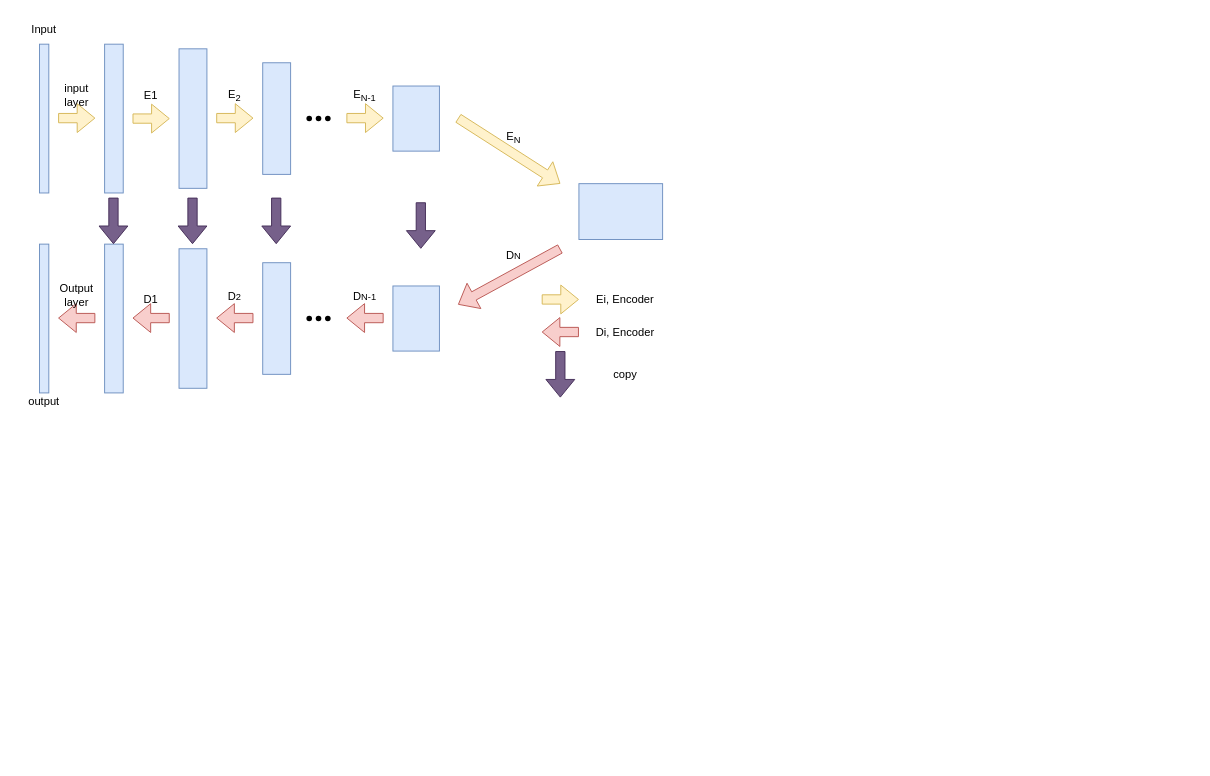
Earlier version of the draw.io diagram unet_simple.drawio (ppposition/Machine_Learn_discussion). Source tidied: cells renumbered, new cells numbered last; positions are measured from the earlier drawing's top-left corner, leaving out a move shared by most shapes. Both pictures are drawn from the tidied source at 93%, with x=0, y=0 at pixel (16, 16).
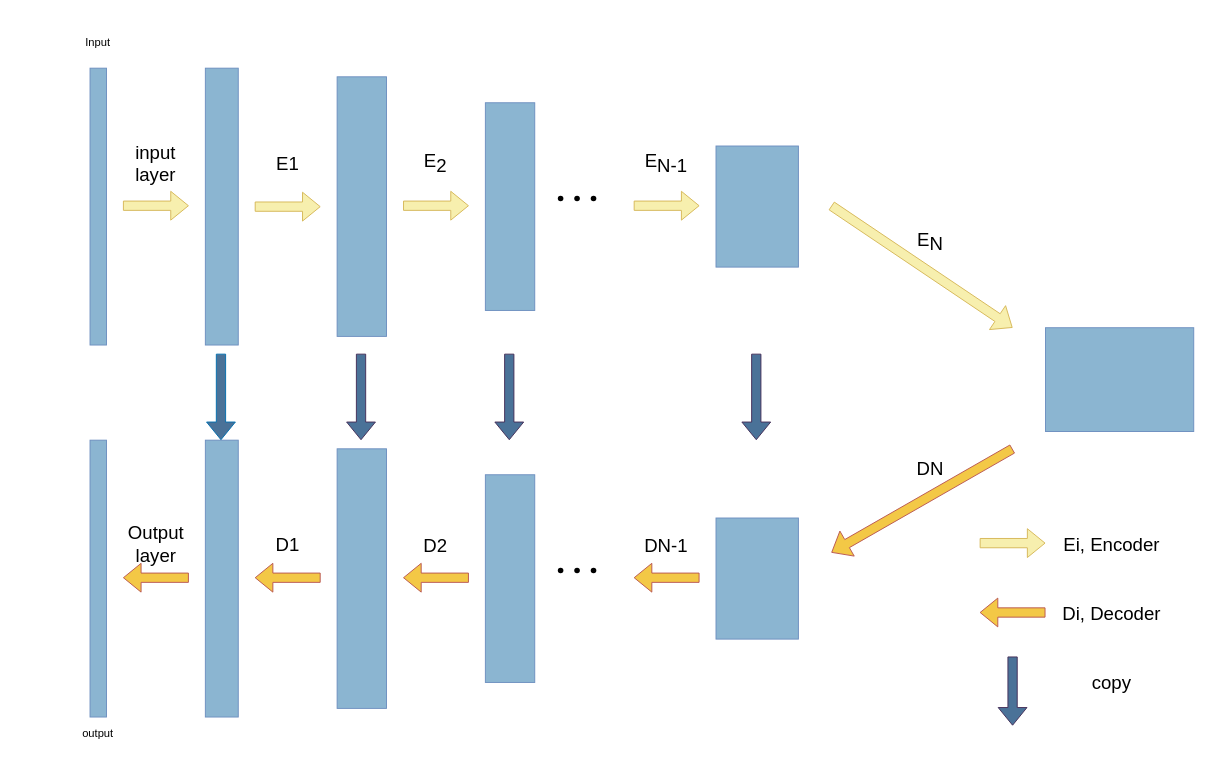
The same page after the edit.

The edit, as a diff of the source:
```diff
@@
-    <mxCell id="2" style="rounded=0;whiteSpace=wrap;html=1;fillColor=#dae8fc;strokeColor=#6c8ebf;" parent="1" vertex="1">
-      <mxGeometry x="95" y="30" width="20" height="160" as="geometry" />
+    <mxCell id="2" style="rounded=0;whiteSpace=wrap;html=1;fillColor=#8BB5D1;strokeColor=#6c8ebf;" parent="1" vertex="1">
+      <mxGeometry x="203.3" y="55.8" width="35.4" height="297.7" as="geometry" />
     </mxCell>
     <mxCell id="3" value="Input" style="text;html=1;align=center;verticalAlign=middle;whiteSpace=wrap;rounded=0;" parent="1" vertex="1">
-      <mxGeometry width="60" height="30" as="geometry" />
+      <mxGeometry x="35" width="106.3" height="55.8" as="geometry" />
     </mxCell>
-    <mxCell id="4" style="rounded=0;whiteSpace=wrap;html=1;fillColor=#dae8fc;strokeColor=#6c8ebf;" parent="1" vertex="1">
-      <mxGeometry x="175" y="35" width="30" height="150" as="geometry" />
+    <mxCell id="4" style="rounded=0;whiteSpace=wrap;html=1;fillColor=#8BB5D1;strokeColor=#6c8ebf;" parent="1" vertex="1">
+      <mxGeometry x="345" y="65.1" width="53.1" height="279.1" as="geometry" />
     </mxCell>
-    <mxCell id="5" style="rounded=0;whiteSpace=wrap;html=1;fillColor=#dae8fc;strokeColor=#6c8ebf;" parent="1" vertex="1">
-      <mxGeometry x="265" y="50" width="30" height="120" as="geometry" />
+    <mxCell id="5" style="rounded=0;whiteSpace=wrap;html=1;fillColor=#8BB5D1;strokeColor=#6c8ebf;" parent="1" vertex="1">
+      <mxGeometry x="504.4" y="93" width="53.1" height="223.3" as="geometry" />
     </mxCell>
-    <mxCell id="6" style="shape=flexArrow;endArrow=classic;html=1;rounded=0;fillColor=#fff2cc;strokeColor=#d6b656;" parent="1" edge="1">
+    <mxCell id="6" style="shape=flexArrow;endArrow=classic;html=1;rounded=0;fillColor=#F7EFAE;strokeColor=#d6b656;" parent="1" edge="1">
       <mxGeometry relative="1" as="geometry">
-        <mxPoint x="125" y="110" as="sourcePoint" />
-        <mxPoint x="165" y="110" as="targetPoint" />
+        <mxPoint x="256.4" y="204.7" as="sourcePoint" />
+        <mxPoint x="327.3" y="204.7" as="targetPoint" />
       </mxGeometry>
     </mxCell>
-    <mxCell id="7" style="shape=flexArrow;endArrow=classic;html=1;rounded=0;fillColor=#fff2cc;strokeColor=#d6b656;" parent="1" edge="1">
+    <mxCell id="7" style="shape=flexArrow;endArrow=classic;html=1;rounded=0;fillColor=#F7EFAE;strokeColor=#d6b656;" parent="1" edge="1">
       <mxGeometry relative="1" as="geometry">
-        <mxPoint x="215" y="109.5" as="sourcePoint" />
-        <mxPoint x="255" y="109.5" as="targetPoint" />
+        <mxPoint x="415.9" y="203.7" as="sourcePoint" />
+        <mxPoint x="486.7" y="203.7" as="targetPoint" />
       </mxGeometry>
     </mxCell>
     <mxCell id="8" style="shape=waypoint;sketch=0;fillStyle=solid;size=6;fillColor=none;perimeter=centerPerimeter;" parent="1" vertex="1">
-      <mxGeometry x="325" y="100" width="20" height="20" as="geometry" />
+      <mxGeometry x="610.7" y="186" width="20" height="20" as="geometry" />
     </mxCell>
     <mxCell id="9" style="shape=waypoint;sketch=0;fillStyle=solid;size=6;fillColor=none;perimeter=centerPerimeter;" parent="1" vertex="1">
-      <mxGeometry x="315" y="100" width="20" height="20" as="geometry" />
+      <mxGeometry x="593" y="186" width="20" height="20" as="geometry" />
     </mxCell>
     <mxCell id="10" style="shape=waypoint;sketch=0;fillStyle=solid;size=6;fillColor=none;perimeter=centerPerimeter;" parent="1" vertex="1">
-      <mxGeometry x="305" y="100" width="20" height="20" as="geometry" />
+      <mxGeometry x="575.3" y="186" width="20" height="20" as="geometry" />
     </mxCell>
-    <mxCell id="11" style="shape=flexArrow;endArrow=classic;html=1;rounded=0;fillColor=#fff2cc;strokeColor=#d6b656;" parent="1" edge="1">
+    <mxCell id="11" style="shape=flexArrow;endArrow=classic;html=1;rounded=0;fillColor=#F7EFAE;strokeColor=#d6b656;" parent="1" edge="1">
       <mxGeometry relative="1" as="geometry">
-        <mxPoint x="355" y="109.5" as="sourcePoint" />
-        <mxPoint x="395" y="109.5" as="targetPoint" />
+        <mxPoint x="663.9" y="203.7" as="sourcePoint" />
+        <mxPoint x="734.7" y="203.7" as="targetPoint" />
       </mxGeometry>
     </mxCell>
-    <mxCell id="12" style="rounded=0;whiteSpace=wrap;html=1;fillColor=#dae8fc;strokeColor=#6c8ebf;" parent="1" vertex="1">
-      <mxGeometry x="405" y="75" width="50" height="70" as="geometry" />
+    <mxCell id="12" style="rounded=0;whiteSpace=wrap;html=1;fillColor=#8BB5D1;strokeColor=#6c8ebf;" parent="1" vertex="1">
+      <mxGeometry x="752.4" y="139.5" width="88.6" height="130.2" as="geometry" />
     </mxCell>
-    <mxCell id="13" style="shape=flexArrow;endArrow=classic;html=1;rounded=0;fillColor=#fff2cc;strokeColor=#d6b656;" parent="1" edge="1">
+    <mxCell id="13" style="shape=flexArrow;endArrow=classic;html=1;rounded=0;fillColor=#F7EFAE;strokeColor=#d6b656;" parent="1" edge="1">
       <mxGeometry relative="1" as="geometry">
-        <mxPoint x="475" y="109.5" as="sourcePoint" />
-        <mxPoint x="585" y="180" as="targetPoint" />
+        <mxPoint x="876.4" y="203.7" as="sourcePoint" />
+        <mxPoint x="1071.3" y="334.9" as="targetPoint" />
       </mxGeometry>
     </mxCell>
-    <mxCell id="14" style="rounded=0;whiteSpace=wrap;html=1;fillColor=#dae8fc;strokeColor=#6c8ebf;" parent="1" vertex="1">
-      <mxGeometry x="605" y="180" width="90" height="60" as="geometry" />
+    <mxCell id="14" style="rounded=0;whiteSpace=wrap;html=1;fillColor=#8BB5D1;strokeColor=#6c8ebf;" parent="1" vertex="1">
+      <mxGeometry x="1106.7" y="334.9" width="159.4" height="111.6" as="geometry" />
     </mxCell>
-    <mxCell id="15" style="shape=flexArrow;endArrow=classic;html=1;rounded=0;fillColor=#f8cecc;strokeColor=#b85450;" parent="1" edge="1">
+    <mxCell id="15" style="shape=flexArrow;endArrow=classic;html=1;rounded=0;fillColor=#F3C846;strokeColor=#b85450;" parent="1" edge="1">
       <mxGeometry relative="1" as="geometry">
-        <mxPoint x="585" y="250" as="sourcePoint" />
-        <mxPoint x="475" y="310" as="targetPoint" />
+        <mxPoint x="1071.3" y="465.1" as="sourcePoint" />
+        <mxPoint x="876.4" y="576.7" as="targetPoint" />
       </mxGeometry>
     </mxCell>
-    <mxCell id="16" style="rounded=0;whiteSpace=wrap;html=1;fillColor=#dae8fc;strokeColor=#6c8ebf;" parent="1" vertex="1">
-      <mxGeometry x="405" y="290" width="50" height="70" as="geometry" />
+    <mxCell id="16" style="rounded=0;whiteSpace=wrap;html=1;fillColor=#8BB5D1;strokeColor=#6c8ebf;" parent="1" vertex="1">
+      <mxGeometry x="752.4" y="539.5" width="88.6" height="130.2" as="geometry" />
     </mxCell>
-    <mxCell id="17" style="rounded=0;whiteSpace=wrap;html=1;fillColor=#dae8fc;strokeColor=#6c8ebf;" parent="1" vertex="1">
-      <mxGeometry x="265" y="265" width="30" height="120" as="geometry" />
+    <mxCell id="17" style="rounded=0;whiteSpace=wrap;html=1;fillColor=#8BB5D1;strokeColor=#6c8ebf;" parent="1" vertex="1">
+      <mxGeometry x="504.4" y="493" width="53.1" height="223.3" as="geometry" />
     </mxCell>
-    <mxCell id="18" style="rounded=0;whiteSpace=wrap;html=1;fillColor=#dae8fc;strokeColor=#6c8ebf;" parent="1" vertex="1">
-      <mxGeometry x="175" y="250" width="30" height="150" as="geometry" />
+    <mxCell id="18" style="rounded=0;whiteSpace=wrap;html=1;fillColor=#8BB5D1;strokeColor=#6c8ebf;" parent="1" vertex="1">
+      <mxGeometry x="345" y="465.1" width="53.1" height="279.1" as="geometry" />
     </mxCell>
-    <mxCell id="19" style="rounded=0;whiteSpace=wrap;html=1;fillColor=#dae8fc;strokeColor=#6c8ebf;" parent="1" vertex="1">
-      <mxGeometry x="95" y="245" width="20" height="160" as="geometry" />
+    <mxCell id="19" style="rounded=0;whiteSpace=wrap;html=1;fillColor=#8BB5D1;strokeColor=#6c8ebf;" parent="1" vertex="1">
+      <mxGeometry x="203.3" y="455.8" width="35.4" height="297.7" as="geometry" />
     </mxCell>
     <mxCell id="20" value="output" style="text;html=1;align=center;verticalAlign=middle;whiteSpace=wrap;rounded=0;" parent="1" vertex="1">
-      <mxGeometry y="400" width="60" height="30" as="geometry" />
+      <mxGeometry x="35" y="744.2" width="106.3" height="55.8" as="geometry" />
     </mxCell>
-    <mxCell id="21" style="shape=flexArrow;endArrow=classic;html=1;rounded=0;fillColor=#f8cecc;strokeColor=#b85450;" parent="1" edge="1">
+    <mxCell id="21" style="shape=flexArrow;endArrow=classic;html=1;rounded=0;fillColor=#F3C846;strokeColor=#b85450;" parent="1" edge="1">
       <mxGeometry relative="1" as="geometry">
-        <mxPoint x="255" y="324.5" as="sourcePoint" />
-        <mxPoint x="215" y="324.5" as="targetPoint" />
+        <mxPoint x="486.7" y="603.7" as="sourcePoint" />
+        <mxPoint x="415.9" y="603.7" as="targetPoint" />
       </mxGeometry>
     </mxCell>
-    <mxCell id="22" style="shape=flexArrow;endArrow=classic;html=1;rounded=0;fillColor=#f8cecc;strokeColor=#b85450;" parent="1" edge="1">
+    <mxCell id="22" style="shape=flexArrow;endArrow=classic;html=1;rounded=0;fillColor=#F3C846;strokeColor=#b85450;" parent="1" edge="1">
       <mxGeometry relative="1" as="geometry">
-        <mxPoint x="165" y="324.5" as="sourcePoint" />
-        <mxPoint x="125" y="324.5" as="targetPoint" />
+        <mxPoint x="327.3" y="603.7" as="sourcePoint" />
+        <mxPoint x="256.4" y="603.7" as="targetPoint" />
       </mxGeometry>
     </mxCell>
     <mxCell id="23" style="shape=waypoint;sketch=0;fillStyle=solid;size=6;fillColor=none;perimeter=centerPerimeter;" parent="1" vertex="1">
-      <mxGeometry x="325" y="315" width="20" height="20" as="geometry" />
+      <mxGeometry x="610.7" y="586" width="20" height="20" as="geometry" />
     </mxCell>
     <mxCell id="24" style="shape=waypoint;sketch=0;fillStyle=solid;size=6;fillColor=none;perimeter=centerPerimeter;" parent="1" vertex="1">
-      <mxGeometry x="315" y="315" width="20" height="20" as="geometry" />
+      <mxGeometry x="593" y="586" width="20" height="20" as="geometry" />
     </mxCell>
     <mxCell id="25" style="shape=waypoint;sketch=0;fillStyle=solid;size=6;fillColor=none;perimeter=centerPerimeter;" parent="1" vertex="1">
-      <mxGeometry x="305" y="315" width="20" height="20" as="geometry" />
+      <mxGeometry x="575.3" y="586" width="20" height="20" as="geometry" />
     </mxCell>
-    <mxCell id="26" style="shape=flexArrow;endArrow=classic;html=1;rounded=0;fillColor=#f8cecc;strokeColor=#b85450;" parent="1" edge="1">
+    <mxCell id="26" style="shape=flexArrow;endArrow=classic;html=1;rounded=0;fillColor=#F3C846;strokeColor=#b85450;" parent="1" edge="1">
       <mxGeometry relative="1" as="geometry">
-        <mxPoint x="395" y="324.5" as="sourcePoint" />
-        <mxPoint x="355" y="324.5" as="targetPoint" />
+        <mxPoint x="734.7" y="603.7" as="sourcePoint" />
+        <mxPoint x="663.9" y="603.7" as="targetPoint" />
       </mxGeometry>
     </mxCell>
-    <mxCell id="27" style="shape=flexArrow;endArrow=classic;html=1;rounded=0;fillColor=#f8cecc;strokeColor=#b85450;" parent="1" edge="1">
+    <mxCell id="27" style="shape=flexArrow;endArrow=classic;html=1;rounded=0;fillColor=#F3C846;strokeColor=#b85450;" parent="1" edge="1">
       <mxGeometry relative="1" as="geometry">
-        <mxPoint x="85" y="324.5" as="sourcePoint" />
-        <mxPoint x="45" y="324.5" as="targetPoint" />
+        <mxPoint x="185.6" y="603.7" as="sourcePoint" />
+        <mxPoint x="114.7" y="603.7" as="targetPoint" />
       </mxGeometry>
     </mxCell>
-    <mxCell id="28" style="rounded=0;whiteSpace=wrap;html=1;fillColor=#dae8fc;strokeColor=#6c8ebf;" parent="1" vertex="1">
-      <mxGeometry x="25" y="245" width="10" height="160" as="geometry" />
+    <mxCell id="28" style="rounded=0;whiteSpace=wrap;html=1;fillColor=#8BB5D1;strokeColor=#6c8ebf;" parent="1" vertex="1">
+      <mxGeometry x="79.3" y="455.8" width="17.7" height="297.7" as="geometry" />
     </mxCell>
-    <mxCell id="29" style="shape=flexArrow;endArrow=classic;html=1;rounded=0;fillColor=#76608a;strokeColor=#432D57;" parent="1" edge="1">
+    <mxCell id="29" style="shape=flexArrow;endArrow=classic;html=1;rounded=0;fillColor=#4A7298;strokeColor=#432D57;" parent="1" edge="1">
       <mxGeometry relative="1" as="geometry">
-        <mxPoint x="435" y="200" as="sourcePoint" />
-        <mxPoint x="435" y="250" as="targetPoint" />
+        <mxPoint x="795.7" y="362.8" as="sourcePoint" />
+        <mxPoint x="795.7" y="455.8" as="targetPoint" />
       </mxGeometry>
     </mxCell>
-    <mxCell id="30" style="shape=flexArrow;endArrow=classic;html=1;rounded=0;fillColor=#76608a;strokeColor=#432D57;" parent="1" edge="1">
+    <mxCell id="30" style="shape=flexArrow;endArrow=classic;html=1;rounded=0;fillColor=#4A7298;strokeColor=#432D57;" parent="1" edge="1">
       <mxGeometry relative="1" as="geometry">
-        <mxPoint x="189.5" y="195" as="sourcePoint" />
-        <mxPoint x="189.5" y="245" as="targetPoint" />
+        <mxPoint x="370.7" y="362.8" as="sourcePoint" />
+        <mxPoint x="370.7" y="455.8" as="targetPoint" />
       </mxGeometry>
     </mxCell>
-    <mxCell id="31" style="shape=flexArrow;endArrow=classic;html=1;rounded=0;fillColor=#76608a;strokeColor=#432D57;" parent="1" edge="1">
+    <mxCell id="31" style="shape=flexArrow;endArrow=classic;html=1;rounded=0;fillColor=#4A7298;strokeColor=#006EAF;" parent="1" edge="1">
       <mxGeometry relative="1" as="geometry">
-        <mxPoint x="104.5" y="195" as="sourcePoint" />
-        <mxPoint x="104.5" y="245" as="targetPoint" />
+        <mxPoint x="220.1" y="362.8" as="sourcePoint" />
+        <mxPoint x="220.1" y="455.8" as="targetPoint" />
       </mxGeometry>
     </mxCell>
-    <mxCell id="32" style="shape=flexArrow;endArrow=classic;html=1;rounded=0;fillColor=#76608a;strokeColor=#432D57;" parent="1" edge="1">
+    <mxCell id="32" style="shape=flexArrow;endArrow=classic;html=1;rounded=0;fillColor=#4A7298;strokeColor=#432D57;" parent="1" edge="1">
       <mxGeometry relative="1" as="geometry">
-        <mxPoint x="279.5" y="195" as="sourcePoint" />
-        <mxPoint x="279.5" y="245" as="targetPoint" />
+        <mxPoint x="530.1" y="362.8" as="sourcePoint" />
+        <mxPoint x="530.1" y="455.8" as="targetPoint" />
       </mxGeometry>
     </mxCell>
-    <mxCell id="33" value="E1" style="text;html=1;align=center;verticalAlign=middle;whiteSpace=wrap;rounded=0;" parent="1" vertex="1">
-      <mxGeometry x="115" y="70" width="60" height="30" as="geometry" />
+    <mxCell id="33" value="E1" style="text;html=1;align=center;verticalAlign=middle;whiteSpace=wrap;rounded=0;fontSize=20;" parent="1" vertex="1">
+      <mxGeometry x="238.7" y="130.2" width="106.3" height="55.8" as="geometry" />
     </mxCell>
-    <mxCell id="34" value="E&lt;sub&gt;N&lt;/sub&gt;" style="text;html=1;align=center;verticalAlign=middle;whiteSpace=wrap;rounded=0;" parent="1" vertex="1">
-      <mxGeometry x="505" y="115" width="60" height="30" as="geometry" />
+    <mxCell id="34" value="E&lt;sub style=&quot;font-size: 20px;&quot;&gt;N&lt;/sub&gt;" style="text;html=1;align=center;verticalAlign=middle;whiteSpace=wrap;rounded=0;fontSize=20;" parent="1" vertex="1">
+      <mxGeometry x="929.6" y="214" width="106.3" height="55.8" as="geometry" />
     </mxCell>
-    <mxCell id="35" value="E&lt;sub&gt;N-1&lt;/sub&gt;" style="text;html=1;align=center;verticalAlign=middle;whiteSpace=wrap;rounded=0;" parent="1" vertex="1">
-      <mxGeometry x="345" y="70" width="60" height="30" as="geometry" />
+    <mxCell id="35" value="E&lt;sub style=&quot;font-size: 20px;&quot;&gt;N-1&lt;/sub&gt;" style="text;html=1;align=center;verticalAlign=middle;whiteSpace=wrap;rounded=0;fontSize=20;" parent="1" vertex="1">
+      <mxGeometry x="646.1" y="130.2" width="106.3" height="55.8" as="geometry" />
     </mxCell>
-    <mxCell id="36" value="E&lt;sub&gt;2&lt;/sub&gt;" style="text;html=1;align=center;verticalAlign=middle;whiteSpace=wrap;rounded=0;" parent="1" vertex="1">
-      <mxGeometry x="205" y="70" width="60" height="30" as="geometry" />
+    <mxCell id="36" value="E&lt;sub style=&quot;font-size: 20px;&quot;&gt;2&lt;/sub&gt;" style="text;html=1;align=center;verticalAlign=middle;whiteSpace=wrap;rounded=0;fontSize=20;" parent="1" vertex="1">
+      <mxGeometry x="398.1" y="130.2" width="106.3" height="55.8" as="geometry" />
     </mxCell>
-    <mxCell id="37" value="&lt;sub&gt;&lt;span style=&quot;font-size: 12px;&quot;&gt;D&lt;/span&gt;N&lt;/sub&gt;" style="text;html=1;align=center;verticalAlign=middle;whiteSpace=wrap;rounded=0;" parent="1" vertex="1">
-      <mxGeometry x="505" y="240" width="60" height="30" as="geometry" />
+    <mxCell id="37" value="&lt;sub style=&quot;font-size: 20px;&quot;&gt;&lt;span style=&quot;font-size: 20px;&quot;&gt;D&lt;/span&gt;N&lt;/sub&gt;" style="text;html=1;align=center;verticalAlign=middle;whiteSpace=wrap;rounded=0;fontSize=20;" parent="1" vertex="1">
+      <mxGeometry x="929.6" y="455.8" width="106.3" height="55.8" as="geometry" />
     </mxCell>
-    <mxCell id="38" value="&lt;sub&gt;&lt;span style=&quot;font-size: 12px;&quot;&gt;D&lt;/span&gt;N-1&lt;/sub&gt;" style="text;html=1;align=center;verticalAlign=middle;whiteSpace=wrap;rounded=0;" parent="1" vertex="1">
-      <mxGeometry x="345" y="285" width="60" height="30" as="geometry" />
+    <mxCell id="38" value="&lt;sub style=&quot;font-size: 20px;&quot;&gt;&lt;span style=&quot;font-size: 20px;&quot;&gt;D&lt;/span&gt;N-1&lt;/sub&gt;" style="text;html=1;align=center;verticalAlign=middle;whiteSpace=wrap;rounded=0;fontSize=20;" parent="1" vertex="1">
+      <mxGeometry x="646.1" y="539.5" width="106.3" height="55.8" as="geometry" />
     </mxCell>
-    <mxCell id="39" value="&lt;sub&gt;&lt;span style=&quot;font-size: 12px;&quot;&gt;D&lt;/span&gt;2&lt;/sub&gt;" style="text;html=1;align=center;verticalAlign=middle;whiteSpace=wrap;rounded=0;" parent="1" vertex="1">
-      <mxGeometry x="205" y="285" width="60" height="30" as="geometry" />
+    <mxCell id="39" value="&lt;sub style=&quot;font-size: 20px;&quot;&gt;&lt;span style=&quot;font-size: 20px;&quot;&gt;D&lt;/span&gt;2&lt;/sub&gt;" style="text;html=1;align=center;verticalAlign=middle;whiteSpace=wrap;rounded=0;fontSize=20;" parent="1" vertex="1">
+      <mxGeometry x="398.1" y="539.5" width="106.3" height="55.8" as="geometry" />
     </mxCell>
-    <mxCell id="40" value="D1" style="text;html=1;align=center;verticalAlign=middle;whiteSpace=wrap;rounded=0;" parent="1" vertex="1">
-      <mxGeometry x="115" y="290" width="60" height="30" as="geometry" />
+    <mxCell id="40" value="&lt;font style=&quot;font-size: 20px;&quot;&gt;D1&lt;/font&gt;" style="text;html=1;align=center;verticalAlign=middle;whiteSpace=wrap;rounded=0;" parent="1" vertex="1">
+      <mxGeometry x="238.7" y="539.5" width="106.3" height="55.8" as="geometry" />
     </mxCell>
-    <mxCell id="41" value="Output layer" style="text;html=1;align=center;verticalAlign=middle;whiteSpace=wrap;rounded=0;" parent="1" vertex="1">
-      <mxGeometry x="45" y="285" width="40" height="30" as="geometry" />
+    <mxCell id="41" value="Output layer" style="text;html=1;align=center;verticalAlign=middle;whiteSpace=wrap;rounded=0;fontSize=20;" parent="1" vertex="1">
+      <mxGeometry x="114.7" y="539.5" width="70.9" height="55.8" as="geometry" />
     </mxCell>
-    <mxCell id="42" style="shape=flexArrow;endArrow=classic;html=1;rounded=0;fillColor=#fff2cc;strokeColor=#d6b656;" parent="1" edge="1">
+    <mxCell id="42" style="shape=flexArrow;endArrow=classic;html=1;rounded=0;fillColor=#F7EFAE;strokeColor=#d6b656;" parent="1" edge="1">
       <mxGeometry relative="1" as="geometry">
-        <mxPoint x="565" y="304.5" as="sourcePoint" />
-        <mxPoint x="605" y="304.5" as="targetPoint" />
+        <mxPoint x="1035.9" y="566.5" as="sourcePoint" />
+        <mxPoint x="1106.7" y="566.5" as="targetPoint" />
       </mxGeometry>
     </mxCell>
-    <mxCell id="43" value="Ei, Encoder" style="text;html=1;align=center;verticalAlign=middle;whiteSpace=wrap;rounded=0;" parent="1" vertex="1">
-      <mxGeometry x="615" y="290" width="80" height="30" as="geometry" />
+    <mxCell id="43" value="Ei, Encoder" style="text;html=1;align=center;verticalAlign=middle;whiteSpace=wrap;rounded=0;fontSize=20;" parent="1" vertex="1">
+      <mxGeometry x="1106.7" y="539.5" width="141.7" height="55.8" as="geometry" />
     </mxCell>
-    <mxCell id="44" value="Di, Encoder" style="text;html=1;align=center;verticalAlign=middle;whiteSpace=wrap;rounded=0;" parent="1" vertex="1">
-      <mxGeometry x="615" y="325" width="80" height="30" as="geometry" />
+    <mxCell id="44" value="Di, Decoder" style="text;html=1;align=center;verticalAlign=middle;whiteSpace=wrap;rounded=0;labelPosition=center;verticalLabelPosition=middle;fontSize=20;" parent="1" vertex="1">
+      <mxGeometry x="1106.7" y="614" width="141.7" height="55.8" as="geometry" />
     </mxCell>
-    <mxCell id="45" style="shape=flexArrow;endArrow=classic;html=1;rounded=0;fillColor=#f8cecc;strokeColor=#b85450;" parent="1" edge="1">
+    <mxCell id="45" style="shape=flexArrow;endArrow=classic;html=1;rounded=0;fillColor=#F3C846;strokeColor=#b85450;" parent="1" edge="1">
       <mxGeometry relative="1" as="geometry">
-        <mxPoint x="605" y="339.5" as="sourcePoint" />
-        <mxPoint x="565" y="339.5" as="targetPoint" />
+        <mxPoint x="1106.7" y="641.1" as="sourcePoint" />
+        <mxPoint x="1035.9" y="641.1" as="targetPoint" />
       </mxGeometry>
     </mxCell>
-    <mxCell id="46" style="shape=flexArrow;endArrow=classic;html=1;rounded=0;fillColor=#76608a;strokeColor=#432D57;" parent="1" edge="1">
+    <mxCell id="46" style="shape=flexArrow;endArrow=classic;html=1;rounded=0;fillColor=#4A7298;strokeColor=#432D57;" parent="1" edge="1">
       <mxGeometry relative="1" as="geometry">
-        <mxPoint x="585" y="360" as="sourcePoint" />
-        <mxPoint x="585" y="410" as="targetPoint" />
+        <mxPoint x="1071.3" y="688.4" as="sourcePoint" />
+        <mxPoint x="1071.3" y="762.8" as="targetPoint" />
       </mxGeometry>
     </mxCell>
-    <mxCell id="47" value="copy" style="text;html=1;align=center;verticalAlign=middle;whiteSpace=wrap;rounded=0;" parent="1" vertex="1">
-      <mxGeometry x="615" y="370" width="80" height="30" as="geometry" />
+    <mxCell id="47" value="copy" style="text;html=1;align=center;verticalAlign=middle;whiteSpace=wrap;rounded=0;labelPosition=center;verticalLabelPosition=middle;fontSize=20;" parent="1" vertex="1">
+      <mxGeometry x="1106.7" y="688.4" width="141.7" height="55.8" as="geometry" />
     </mxCell>
-    <mxCell id="48" style="rounded=0;whiteSpace=wrap;html=1;fillColor=#dae8fc;strokeColor=#6c8ebf;" parent="1" vertex="1">
-      <mxGeometry x="25" y="30" width="10" height="160" as="geometry" />
+    <mxCell id="48" style="rounded=0;whiteSpace=wrap;html=1;fillColor=#8BB5D1;strokeColor=#6c8ebf;" parent="1" vertex="1">
+      <mxGeometry x="79.3" y="55.8" width="17.7" height="297.7" as="geometry" />
     </mxCell>
-    <mxCell id="49" style="shape=flexArrow;endArrow=classic;html=1;rounded=0;fillColor=#fff2cc;strokeColor=#d6b656;" parent="1" edge="1">
+    <mxCell id="49" style="shape=flexArrow;endArrow=classic;html=1;rounded=0;fillColor=#F7EFAE;strokeColor=#d6b656;" parent="1" edge="1">
       <mxGeometry relative="1" as="geometry">
-        <mxPoint x="45" y="109.5" as="sourcePoint" />
-        <mxPoint x="85" y="109.5" as="targetPoint" />
+        <mxPoint x="114.7" y="203.7" as="sourcePoint" />
+        <mxPoint x="185.6" y="203.7" as="targetPoint" />
       </mxGeometry>
     </mxCell>
-    <mxCell id="50" value="input&lt;div&gt;layer&lt;/div&gt;" style="text;html=1;align=center;verticalAlign=middle;whiteSpace=wrap;rounded=0;" parent="1" vertex="1">
-      <mxGeometry x="35" y="70" width="60" height="30" as="geometry" />
+    <mxCell id="50" value="input&lt;div style=&quot;font-size: 20px;&quot;&gt;layer&lt;/div&gt;" style="text;html=1;align=center;verticalAlign=middle;whiteSpace=wrap;rounded=0;fontSize=20;" parent="1" vertex="1">
+      <mxGeometry x="97" y="130.2" width="106.3" height="55.8" as="geometry" />
     </mxCell>
```
